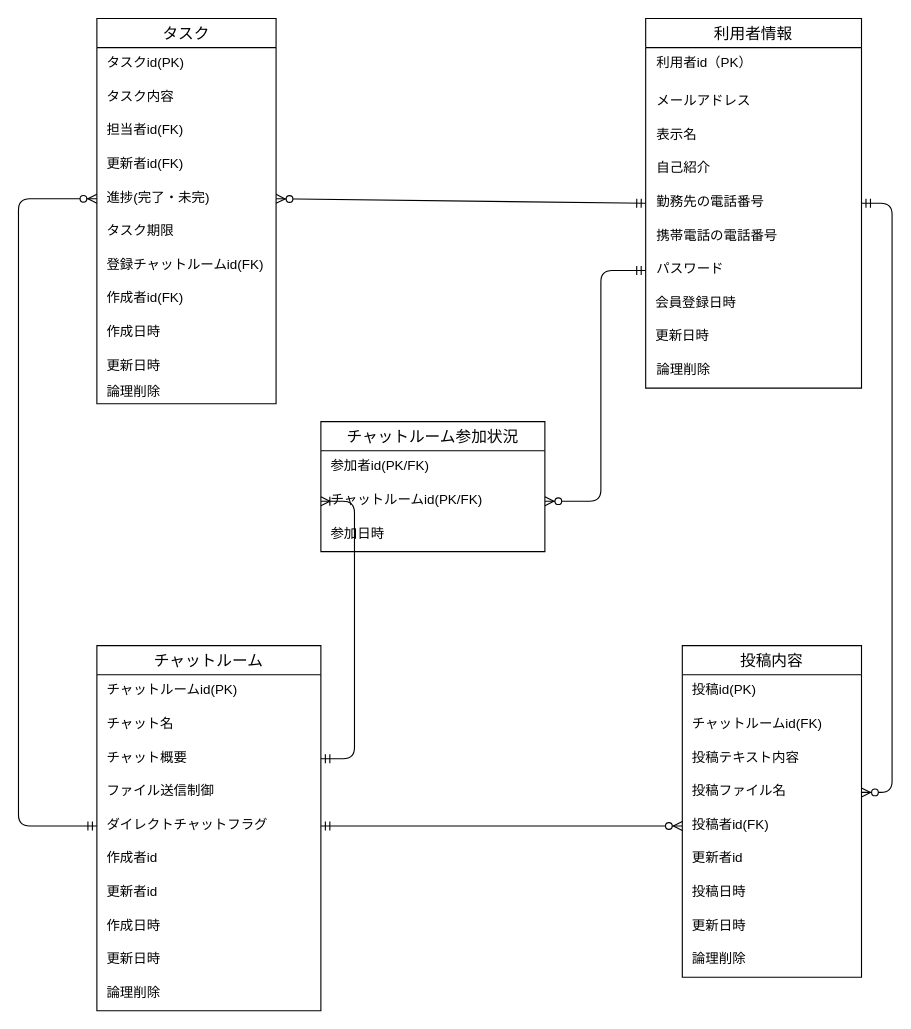
This is db/db-challenge1/チャットルームER図.drawio from ytaka0407/quelcode-db, a draw.io file, before an edit. Source tidied: cells renumbered, new cells numbered last; positions are measured from the earlier drawing's top-left corner, leaving out a move shared by most shapes. Both pictures are drawn from the tidied source at 112%, with x=0, y=0 at pixel (18, 18).
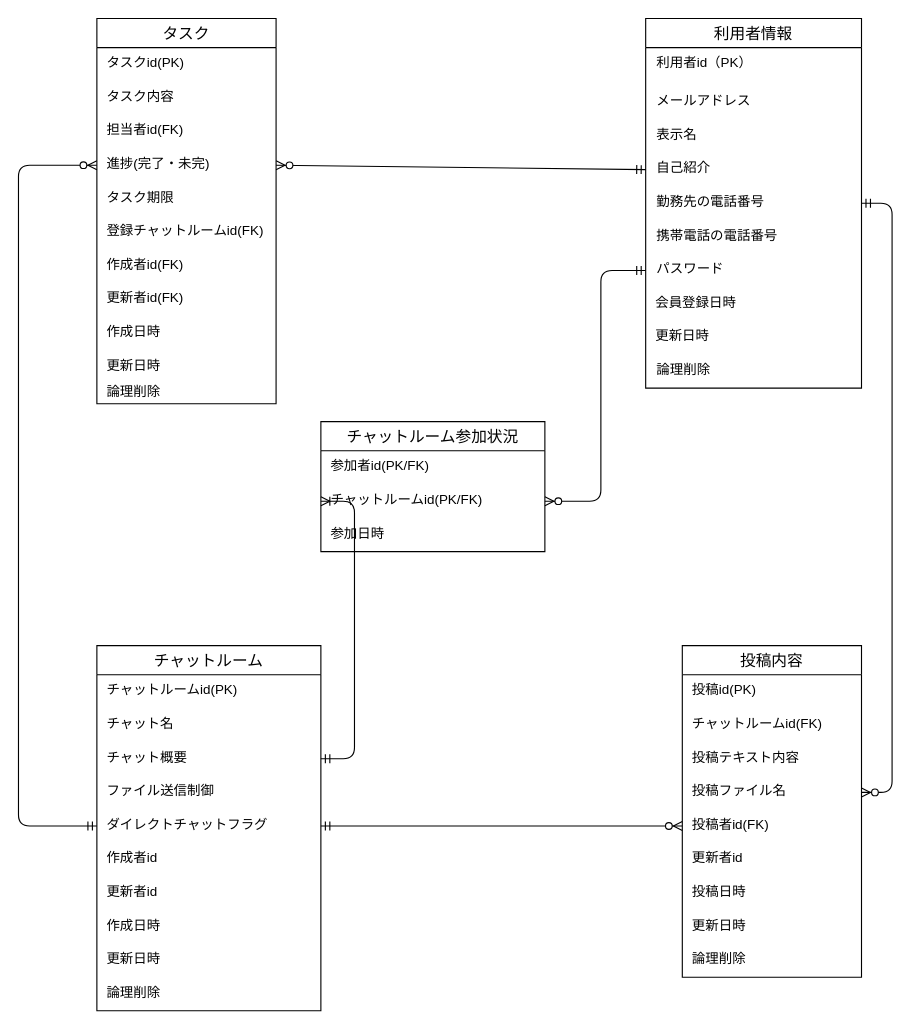
After the change.

Commit message:
タスクテーブル内、更新者idの場所を下部に移動(他テーブルと配置統一のため)

Unchanged cells that the change refers to:
```xml
<mxCell id="8" value="タスク" style="swimlane;fontStyle=0;horizontal=1;startSize=26;align=center;fontSize=14;" parent="1" vertex="1">
  <mxGeometry x="70" width="160" height="344" as="geometry" />
</mxCell>
<mxCell id="24" value="自己紹介" style="text;strokeColor=none;fillColor=none;spacingLeft=8;spacingRight=0;overflow=hidden;points=[[0,0.5],[1,0.5]];portConstraint=eastwest;fontSize=12;" parent="20" vertex="1">
  <mxGeometry y="120" width="192.7" height="30" as="geometry" />
</mxCell>
<mxCell id="25" value="勤務先の電話番号" style="text;strokeColor=none;fillColor=none;spacingLeft=8;spacingRight=0;overflow=hidden;points=[[0,0.5],[1,0.5]];portConstraint=eastwest;fontSize=12;" parent="20" vertex="1">
  <mxGeometry y="150" width="192.7" height="30" as="geometry" />
</mxCell>
<mxCell id="36" value="ダイレクトチャットフラグ" style="text;strokeColor=none;fillColor=none;spacingLeft=7;spacingRight=4;overflow=hidden;points=[[0,0.5],[1,0.5]];portConstraint=eastwest;fontSize=12;" parent="31" vertex="1">
  <mxGeometry y="146" width="200" height="30" as="geometry" />
</mxCell>
```

Diff of the diagram source:
```diff
@@
-    <mxCell id="3" style="fontSize=12;html=1;endArrow=ERzeroToMany;startArrow=ERmandOne;entryX=1;entryY=0.5;entryDx=0;entryDy=0;exitX=0;exitY=0.5;exitDx=0;exitDy=0;" parent="1" edge="1" source="25" target="13">
+    <mxCell id="3" style="fontSize=12;html=1;endArrow=ERzeroToMany;startArrow=ERmandOne;entryX=1;entryY=0.5;entryDx=0;entryDy=0;exitX=0;exitY=0.5;exitDx=0;exitDy=0;" parent="1" edge="1" source="24" target="13">
       <mxGeometry relative="1" as="geometry" />
     </mxCell>
@@
     <mxCell id="6" style="edgeStyle=orthogonalEdgeStyle;fontSize=12;html=1;endArrow=ERzeroToMany;startArrow=ERmandOne;exitX=0;exitY=0.5;exitDx=0;exitDy=0;entryX=0;entryY=0.5;entryDx=0;entryDy=0;" parent="1" edge="1" source="36" target="13">
       <mxGeometry relative="1" as="geometry">
         <Array as="points">
           <mxPoint y="721" />
-          <mxPoint y="161" />
+          <mxPoint y="131" />
         </Array>
       </mxGeometry>
     </mxCell>
@@
-    <mxCell id="12" value="更新者id(FK)" style="text;strokeColor=none;fillColor=none;spacingLeft=7;spacingRight=4;overflow=hidden;fontSize=12;" parent="8" vertex="1">
-      <mxGeometry y="116" width="160" height="30" as="geometry" />
-    </mxCell>
     <mxCell id="13" value="進捗(完了・未完)" style="text;strokeColor=none;fillColor=none;spacingLeft=7;spacingRight=4;overflow=hidden;points=[[0,0.5],[1,0.5]];portConstraint=eastwest;fontSize=12;" parent="8" vertex="1">
-      <mxGeometry y="146" width="160" height="30" as="geometry" />
+      <mxGeometry y="116" width="160" height="30" as="geometry" />
     </mxCell>
     <mxCell id="14" value="タスク期限" style="text;strokeColor=none;fillColor=none;spacingLeft=7;spacingRight=4;overflow=hidden;fontSize=12;" parent="8" vertex="1">
-      <mxGeometry y="176" width="160" height="30" as="geometry" />
+      <mxGeometry y="146" width="160" height="30" as="geometry" />
     </mxCell>
     <mxCell id="15" value="登録チャットルームid(FK)" style="text;strokeColor=none;fillColor=none;spacingLeft=7;spacingRight=4;overflow=hidden;fontSize=12;" parent="8" vertex="1">
-      <mxGeometry y="206" width="160" height="30" as="geometry" />
+      <mxGeometry y="176" width="160" height="30" as="geometry" />
     </mxCell>
     <mxCell id="16" value="作成者id(FK)" style="text;strokeColor=none;fillColor=none;spacingLeft=7;spacingRight=4;overflow=hidden;fontSize=12;" parent="8" vertex="1">
-      <mxGeometry y="236" width="160" height="30" as="geometry" />
+      <mxGeometry y="206" width="160" height="30" as="geometry" />
     </mxCell>
+    <mxCell id="12" value="更新者id(FK)" style="text;strokeColor=none;fillColor=none;spacingLeft=7;spacingRight=4;overflow=hidden;fontSize=12;" parent="8" vertex="1">
+      <mxGeometry y="236" width="160" height="30" as="geometry" />
+    </mxCell>
```
